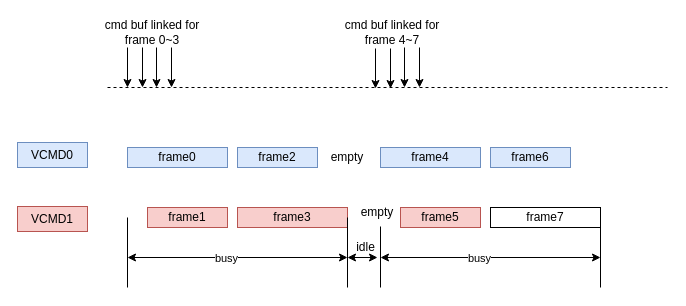
Before: mc.drawio in chenmin82/diagrams, a draw.io diagram. Source tidied: cells renumbered, new cells numbered last; positions are measured from the earlier drawing's top-left corner, leaving out a move shared by most shapes. Both pictures are drawn from the tidied source at 100%, with x=0, y=0 at pixel (17, 17).
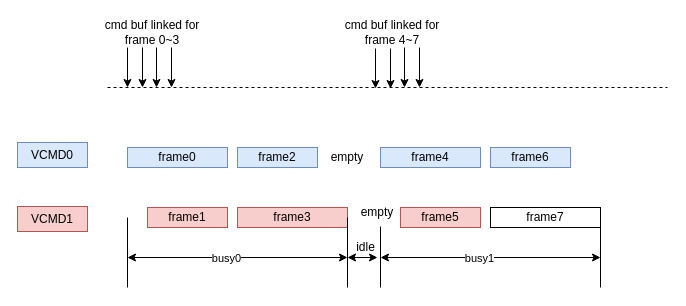
After the change.

The change refers to these unchanged cells:
```xml
<mxCell id="23" style="endArrow=classic;startArrow=classic;html=1;rounded=0;" parent="1" edge="1">
  <mxGeometry relative="1" as="geometry">
    <mxPoint x="110" y="240" as="sourcePoint" />
    <mxPoint x="330" y="240" as="targetPoint" />
  </mxGeometry>
</mxCell>
<mxCell id="25" style="endArrow=classic;startArrow=classic;html=1;rounded=0;" parent="1" edge="1">
  <mxGeometry relative="1" as="geometry">
    <mxPoint x="363" y="240" as="sourcePoint" />
    <mxPoint x="583" y="240" as="targetPoint" />
  </mxGeometry>
</mxCell>
```

Diff of the diagram source:
```diff
@@
-    <mxCell id="24" value="busy" style="edgeLabel;html=1;align=center;verticalAlign=middle;" parent="23" vertex="1">
+    <mxCell id="24" value="busy0" style="edgeLabel;html=1;align=center;verticalAlign=middle;" parent="23" vertex="1">
       <mxGeometry x="-0.11" relative="1" as="geometry" />
     </mxCell>
@@
-    <mxCell id="26" value="busy" style="edgeLabel;html=1;align=center;verticalAlign=middle;" parent="25" vertex="1">
+    <mxCell id="26" value="busy1" style="edgeLabel;html=1;align=center;verticalAlign=middle;" parent="25" vertex="1">
       <mxGeometry x="-0.11" relative="1" as="geometry" />
     </mxCell>
```
